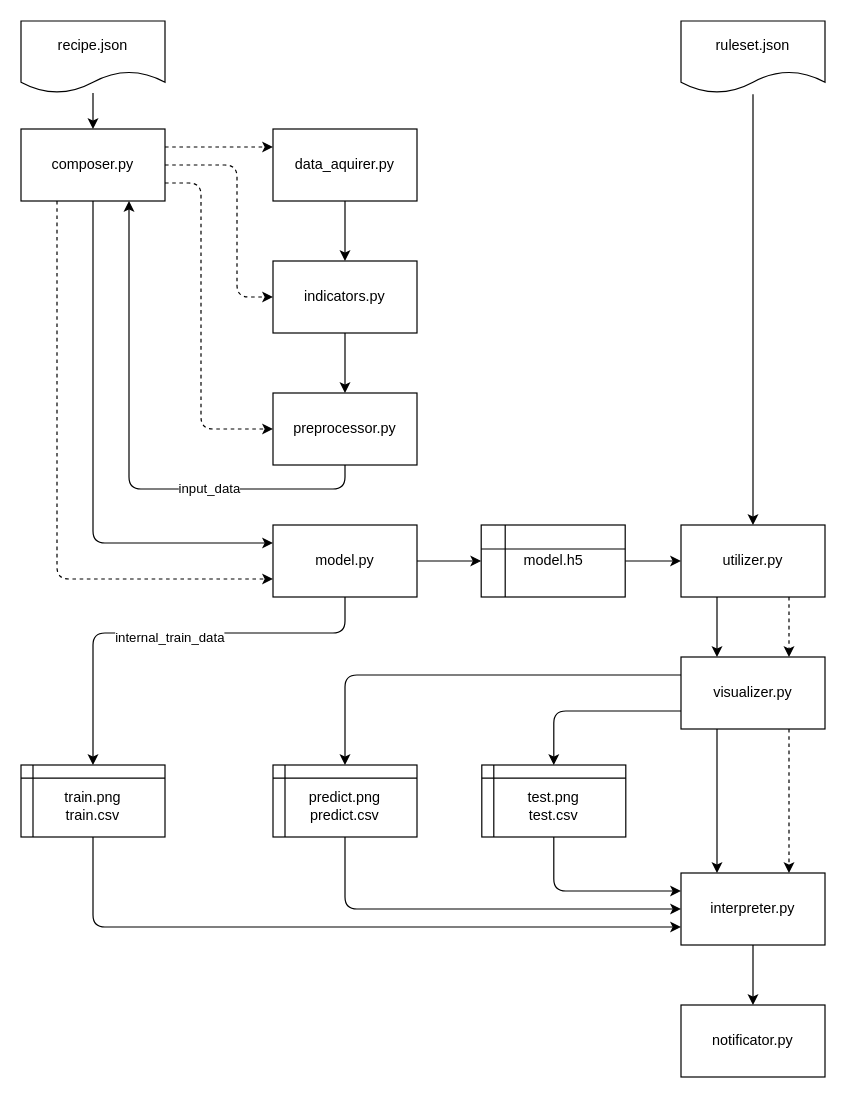
Earlier version of the draw.io diagram doc/model_overview.drawio (Franzelfx/forex-predicter). Source tidied: cells renumbered, new cells numbered last; positions are measured from the earlier drawing's top-left corner, leaving out a move shared by most shapes. Both pictures are drawn from the tidied source at 120%, with x=0, y=0 at pixel (20, 20).
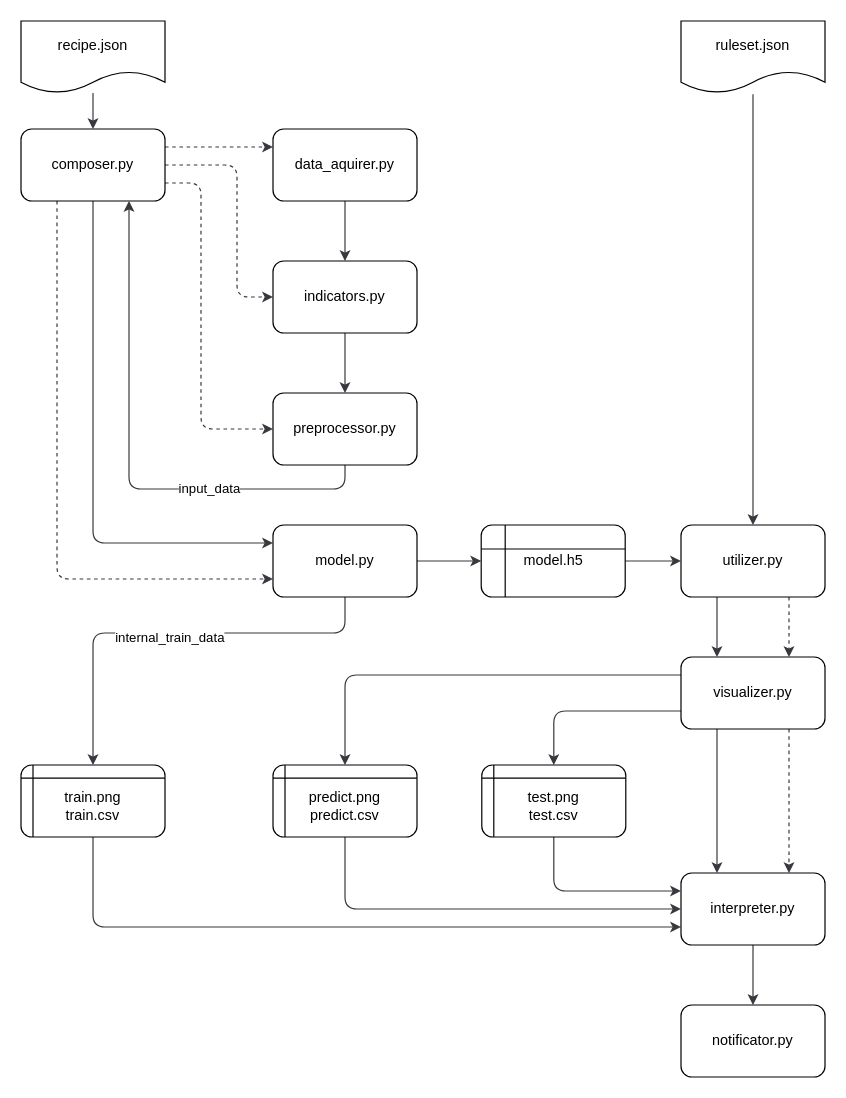
Above is the later version.

Commit message (it also covers changes not shown here):
EDIT model overview

Unchanged cells that the change refers to:
```xml
<mxCell id="28" value="recipe.json" style="shape=document;whiteSpace=wrap;html=1;boundedLbl=1;" parent="1" vertex="1">
  <mxGeometry width="120" height="60" as="geometry" />
</mxCell>
<mxCell id="32" value="ruleset.json" style="shape=document;whiteSpace=wrap;html=1;boundedLbl=1;points=[[0,0.25,0,0,0],[0,0.5,0,0,0],[0,0.75,0,0,0],[0.25,0,0,0,0],[0.25,1,0,0,1],[0.5,0,0,0,0],[0.5,1,0,0,1],[0.75,0,0,0,0],[0.75,1,0,0,1],[1,0.25,0,0,0],[1,0.5,0,0,0],[1,0.75,0,0,0]];" parent="1" vertex="1">
  <mxGeometry x="550" width="120" height="60" as="geometry" />
</mxCell>
```

Diff of the diagram source:
```diff
@@
-    <mxCell id="2" style="edgeStyle=orthogonalEdgeStyle;rounded=1;jettySize=auto;html=1;exitX=1;exitY=0.25;exitDx=0;exitDy=0;entryX=0;entryY=0.25;entryDx=0;entryDy=0;dashed=1;" parent="1" edge="1" source="7" target="9">
+    <mxCell id="2" style="edgeStyle=orthogonalEdgeStyle;rounded=1;jettySize=auto;html=1;exitX=1;exitY=0.25;exitDx=0;exitDy=0;entryX=0;entryY=0.25;entryDx=0;entryDy=0;dashed=1;fillColor=#f9f7ed;strokeColor=#36393d;" parent="1" edge="1" source="7" target="9">
       <mxGeometry relative="1" as="geometry" />
     </mxCell>
-    <mxCell id="3" style="edgeStyle=orthogonalEdgeStyle;rounded=1;jettySize=auto;html=1;exitX=1;exitY=0.5;exitDx=0;exitDy=0;entryX=0;entryY=0.5;entryDx=0;entryDy=0;dashed=1;" parent="1" edge="1" source="7" target="14">
+    <mxCell id="3" style="edgeStyle=orthogonalEdgeStyle;rounded=1;jettySize=auto;html=1;exitX=1;exitY=0.5;exitDx=0;exitDy=0;entryX=0;entryY=0.5;entryDx=0;entryDy=0;dashed=1;fillColor=#f9f7ed;strokeColor=#36393d;" parent="1" edge="1" source="7" target="14">
       <mxGeometry relative="1" as="geometry">
         <Array as="points">
           <mxPoint x="180" y="120" />
           <mxPoint x="180" y="230" />
         </Array>
       </mxGeometry>
     </mxCell>
-    <mxCell id="4" style="edgeStyle=orthogonalEdgeStyle;rounded=1;jettySize=auto;html=1;exitX=1;exitY=0.75;exitDx=0;exitDy=0;entryX=0;entryY=0.5;entryDx=0;entryDy=0;dashed=1;" parent="1" edge="1" source="7" target="12">
+    <mxCell id="4" style="edgeStyle=orthogonalEdgeStyle;rounded=1;jettySize=auto;html=1;exitX=1;exitY=0.75;exitDx=0;exitDy=0;entryX=0;entryY=0.5;entryDx=0;entryDy=0;dashed=1;fillColor=#f9f7ed;strokeColor=#36393d;" parent="1" edge="1" source="7" target="12">
       <mxGeometry relative="1" as="geometry">
         <Array as="points">
           <mxPoint x="150" y="135" />
           <mxPoint x="150" y="340" />
         </Array>
       </mxGeometry>
     </mxCell>
-    <mxCell id="5" style="edgeStyle=orthogonalEdgeStyle;html=1;exitX=0.5;exitY=1;exitDx=0;exitDy=0;entryX=0;entryY=0.25;entryDx=0;entryDy=0;startArrow=none;startFill=0;" parent="1" edge="1" source="7" target="23">
+    <mxCell id="5" style="edgeStyle=orthogonalEdgeStyle;html=1;exitX=0.5;exitY=1;exitDx=0;exitDy=0;entryX=0;entryY=0.25;entryDx=0;entryDy=0;startArrow=none;startFill=0;fillColor=#f9f7ed;strokeColor=#36393d;" parent="1" edge="1" source="7" target="23">
       <mxGeometry relative="1" as="geometry" />
     </mxCell>
-    <mxCell id="6" style="edgeStyle=orthogonalEdgeStyle;html=1;exitX=0.25;exitY=1;exitDx=0;exitDy=0;entryX=0;entryY=0.75;entryDx=0;entryDy=0;startArrow=none;startFill=0;dashed=1;" parent="1" edge="1" source="7" target="23">
+    <mxCell id="6" style="edgeStyle=orthogonalEdgeStyle;html=1;exitX=0.25;exitY=1;exitDx=0;exitDy=0;entryX=0;entryY=0.75;entryDx=0;entryDy=0;startArrow=none;startFill=0;dashed=1;fillColor=#f9f7ed;strokeColor=#36393d;" parent="1" edge="1" source="7" target="23">
       <mxGeometry relative="1" as="geometry" />
     </mxCell>
-    <mxCell id="7" value="composer.py" style="rounded=0;whiteSpace=wrap;html=1;verticalAlign=middle;align=center;" parent="1" vertex="1">
+    <mxCell id="7" value="composer.py" style="rounded=1;whiteSpace=wrap;html=1;verticalAlign=middle;align=center;" parent="1" vertex="1">
       <mxGeometry y="90" width="120" height="60" as="geometry" />
     </mxCell>
-    <mxCell id="8" style="edgeStyle=none;html=1;" parent="1" edge="1" source="9" target="14">
+    <mxCell id="8" style="edgeStyle=none;html=1;fillColor=#eeeeee;strokeColor=#36393d;" parent="1" edge="1" source="9" target="14">
       <mxGeometry relative="1" as="geometry" />
     </mxCell>
-    <mxCell id="9" value="data_aquirer.py" style="rounded=0;whiteSpace=wrap;html=1;" parent="1" vertex="1">
+    <mxCell id="9" value="data_aquirer.py" style="rounded=1;whiteSpace=wrap;html=1;" parent="1" vertex="1">
       <mxGeometry x="210" y="90" width="120" height="60" as="geometry" />
     </mxCell>
-    <mxCell id="10" style="edgeStyle=orthogonalEdgeStyle;rounded=1;jettySize=auto;html=1;exitX=0.5;exitY=1;exitDx=0;exitDy=0;entryX=0.75;entryY=1;entryDx=0;entryDy=0;" parent="1" edge="1" source="12" target="7">
+    <mxCell id="10" style="edgeStyle=orthogonalEdgeStyle;rounded=1;jettySize=auto;html=1;exitX=0.5;exitY=1;exitDx=0;exitDy=0;entryX=0.75;entryY=1;entryDx=0;entryDy=0;fillColor=#f9f7ed;strokeColor=#36393d;" parent="1" edge="1" source="12" target="7">
       <mxGeometry relative="1" as="geometry" />
     </mxCell>
@@
-    <mxCell id="12" value="preprocessor.py" style="rounded=0;whiteSpace=wrap;html=1;" parent="1" vertex="1">
+    <mxCell id="12" value="preprocessor.py" style="rounded=1;whiteSpace=wrap;html=1;" parent="1" vertex="1">
       <mxGeometry x="210" y="310" width="120" height="60" as="geometry" />
     </mxCell>
-    <mxCell id="13" style="edgeStyle=none;html=1;" parent="1" edge="1" source="14" target="12">
+    <mxCell id="13" style="edgeStyle=none;html=1;fillColor=#eeeeee;strokeColor=#36393d;" parent="1" edge="1" source="14" target="12">
       <mxGeometry relative="1" as="geometry" />
     </mxCell>
-    <mxCell id="14" value="indicators.py" style="rounded=0;whiteSpace=wrap;html=1;" parent="1" vertex="1">
+    <mxCell id="14" value="indicators.py" style="rounded=1;whiteSpace=wrap;html=1;" parent="1" vertex="1">
       <mxGeometry x="210" y="200" width="120" height="60" as="geometry" />
     </mxCell>
-    <mxCell id="15" style="edgeStyle=orthogonalEdgeStyle;html=1;exitX=0;exitY=0.75;exitDx=0;exitDy=0;entryX=0.5;entryY=0;entryDx=0;entryDy=0;startArrow=none;startFill=0;" parent="1" edge="1" source="19" target="38">
+    <mxCell id="15" style="edgeStyle=orthogonalEdgeStyle;html=1;exitX=0;exitY=0.75;exitDx=0;exitDy=0;entryX=0.5;entryY=0;entryDx=0;entryDy=0;startArrow=none;startFill=0;fillColor=#f9f7ed;strokeColor=#36393d;" parent="1" edge="1" source="19" target="38">
       <mxGeometry relative="1" as="geometry" />
     </mxCell>
-    <mxCell id="16" style="edgeStyle=orthogonalEdgeStyle;html=1;exitX=0;exitY=0.25;exitDx=0;exitDy=0;entryX=0.5;entryY=0;entryDx=0;entryDy=0;startArrow=none;startFill=0;" parent="1" edge="1" source="19" target="40">
+    <mxCell id="16" style="edgeStyle=orthogonalEdgeStyle;html=1;exitX=0;exitY=0.25;exitDx=0;exitDy=0;entryX=0.5;entryY=0;entryDx=0;entryDy=0;startArrow=none;startFill=0;fillColor=#f9f7ed;strokeColor=#36393d;" parent="1" edge="1" source="19" target="40">
       <mxGeometry relative="1" as="geometry" />
     </mxCell>
-    <mxCell id="17" style="edgeStyle=orthogonalEdgeStyle;html=1;exitX=0.75;exitY=1;exitDx=0;exitDy=0;entryX=0.75;entryY=0;entryDx=0;entryDy=0;dashed=1;startArrow=none;startFill=0;" parent="1" edge="1" source="19" target="36">
+    <mxCell id="17" style="edgeStyle=orthogonalEdgeStyle;html=1;exitX=0.75;exitY=1;exitDx=0;exitDy=0;entryX=0.75;entryY=0;entryDx=0;entryDy=0;dashed=1;startArrow=none;startFill=0;fillColor=#f9f7ed;strokeColor=#36393d;" parent="1" edge="1" source="19" target="36">
       <mxGeometry relative="1" as="geometry" />
     </mxCell>
-    <mxCell id="18" style="edgeStyle=orthogonalEdgeStyle;html=1;exitX=0.25;exitY=1;exitDx=0;exitDy=0;entryX=0.25;entryY=0;entryDx=0;entryDy=0;startArrow=none;startFill=0;" parent="1" edge="1" source="19" target="36">
+    <mxCell id="18" style="edgeStyle=orthogonalEdgeStyle;html=1;exitX=0.25;exitY=1;exitDx=0;exitDy=0;entryX=0.25;entryY=0;entryDx=0;entryDy=0;startArrow=none;startFill=0;fillColor=#f9f7ed;strokeColor=#36393d;" parent="1" edge="1" source="19" target="36">
       <mxGeometry relative="1" as="geometry" />
     </mxCell>
-    <mxCell id="19" value="visualizer.py" style="rounded=0;whiteSpace=wrap;html=1;verticalAlign=middle;align=center;" parent="1" vertex="1">
+    <mxCell id="19" value="visualizer.py" style="rounded=1;whiteSpace=wrap;html=1;verticalAlign=middle;align=center;" parent="1" vertex="1">
       <mxGeometry x="550" y="530" width="120" height="60" as="geometry" />
     </mxCell>
-    <mxCell id="20" style="edgeStyle=orthogonalEdgeStyle;html=1;exitX=1;exitY=0.5;exitDx=0;exitDy=0;entryX=0;entryY=0.5;entryDx=0;entryDy=0;" parent="1" edge="1" source="23" target="30">
+    <mxCell id="20" style="edgeStyle=orthogonalEdgeStyle;html=1;exitX=1;exitY=0.5;exitDx=0;exitDy=0;entryX=0;entryY=0.5;entryDx=0;entryDy=0;fillColor=#f9f7ed;strokeColor=#36393d;" parent="1" edge="1" source="23" target="30">
       <mxGeometry relative="1" as="geometry" />
     </mxCell>
-    <mxCell id="21" style="edgeStyle=orthogonalEdgeStyle;html=1;exitX=0.5;exitY=1;exitDx=0;exitDy=0;entryX=0.5;entryY=0;entryDx=0;entryDy=0;startArrow=none;startFill=0;" parent="1" edge="1" source="23" target="34">
+    <mxCell id="21" style="edgeStyle=orthogonalEdgeStyle;html=1;exitX=0.5;exitY=1;exitDx=0;exitDy=0;entryX=0.5;entryY=0;entryDx=0;entryDy=0;startArrow=none;startFill=0;fillColor=#f9f7ed;strokeColor=#36393d;" parent="1" edge="1" source="23" target="34">
       <mxGeometry relative="1" as="geometry">
         <Array as="points">
           <mxPoint x="270" y="510" />
           <mxPoint x="60" y="510" />
         </Array>
       </mxGeometry>
     </mxCell>
@@
-    <mxCell id="23" value="model.py" style="rounded=0;whiteSpace=wrap;html=1;verticalAlign=middle;align=center;" parent="1" vertex="1">
+    <mxCell id="23" value="model.py" style="rounded=1;whiteSpace=wrap;html=1;verticalAlign=middle;align=center;" parent="1" vertex="1">
       <mxGeometry x="210" y="420" width="120" height="60" as="geometry" />
     </mxCell>
-    <mxCell id="24" style="edgeStyle=orthogonalEdgeStyle;html=1;exitX=0.25;exitY=1;exitDx=0;exitDy=0;entryX=0.25;entryY=0;entryDx=0;entryDy=0;startArrow=none;startFill=0;" parent="1" edge="1" source="26" target="19">
+    <mxCell id="24" style="edgeStyle=orthogonalEdgeStyle;html=1;exitX=0.25;exitY=1;exitDx=0;exitDy=0;entryX=0.25;entryY=0;entryDx=0;entryDy=0;startArrow=none;startFill=0;fillColor=#f9f7ed;strokeColor=#36393d;" parent="1" edge="1" source="26" target="19">
       <mxGeometry relative="1" as="geometry" />
     </mxCell>
-    <mxCell id="25" style="edgeStyle=orthogonalEdgeStyle;html=1;exitX=0.75;exitY=1;exitDx=0;exitDy=0;entryX=0.75;entryY=0;entryDx=0;entryDy=0;startArrow=none;startFill=0;dashed=1;" parent="1" edge="1" source="26" target="19">
+    <mxCell id="25" style="edgeStyle=orthogonalEdgeStyle;html=1;exitX=0.75;exitY=1;exitDx=0;exitDy=0;entryX=0.75;entryY=0;entryDx=0;entryDy=0;startArrow=none;startFill=0;dashed=1;fillColor=#f9f7ed;strokeColor=#36393d;" parent="1" edge="1" source="26" target="19">
       <mxGeometry relative="1" as="geometry" />
     </mxCell>
-    <mxCell id="26" value="utilizer.py" style="rounded=0;whiteSpace=wrap;html=1;verticalAlign=middle;align=center;" parent="1" vertex="1">
+    <mxCell id="26" value="utilizer.py" style="rounded=1;whiteSpace=wrap;html=1;verticalAlign=middle;align=center;" parent="1" vertex="1">
       <mxGeometry x="550" y="420" width="120" height="60" as="geometry" />
     </mxCell>
-    <mxCell id="27" style="edgeStyle=none;html=1;" parent="1" edge="1" source="28" target="7">
+    <mxCell id="27" style="edgeStyle=none;html=1;fillColor=#f9f7ed;strokeColor=#36393d;" parent="1" edge="1" source="28" target="7">
       <mxGeometry relative="1" as="geometry" />
     </mxCell>
@@
-    <mxCell id="29" style="edgeStyle=orthogonalEdgeStyle;html=1;startArrow=none;startFill=0;" parent="1" edge="1" source="30" target="26">
+    <mxCell id="29" style="edgeStyle=orthogonalEdgeStyle;html=1;startArrow=none;startFill=0;fillColor=#f9f7ed;strokeColor=#36393d;" parent="1" edge="1" source="30" target="26">
       <mxGeometry relative="1" as="geometry" />
     </mxCell>
-    <mxCell id="30" value="model.h5" style="shape=internalStorage;whiteSpace=wrap;html=1;backgroundOutline=1;" parent="1" vertex="1">
+    <mxCell id="30" value="model.h5" style="shape=internalStorage;whiteSpace=wrap;html=1;backgroundOutline=1;rounded=1;" parent="1" vertex="1">
       <mxGeometry x="383.5" y="420" width="120" height="60" as="geometry" />
     </mxCell>
-    <mxCell id="31" style="edgeStyle=orthogonalEdgeStyle;html=1;exitX=0.5;exitY=1;exitDx=0;exitDy=1;exitPerimeter=0;entryX=0.5;entryY=0;entryDx=0;entryDy=0;startArrow=none;startFill=0;" parent="1" edge="1" source="32" target="26">
+    <mxCell id="31" style="edgeStyle=orthogonalEdgeStyle;html=1;exitX=0.5;exitY=1;exitDx=0;exitDy=1;exitPerimeter=0;entryX=0.5;entryY=0;entryDx=0;entryDy=0;startArrow=none;startFill=0;fillColor=#f9f7ed;strokeColor=#36393d;" parent="1" edge="1" source="32" target="26">
       <mxGeometry relative="1" as="geometry" />
     </mxCell>
@@
-    <mxCell id="33" style="edgeStyle=orthogonalEdgeStyle;html=1;exitX=0.5;exitY=1;exitDx=0;exitDy=0;entryX=0;entryY=0.75;entryDx=0;entryDy=0;startArrow=none;startFill=0;" parent="1" edge="1" source="34" target="36">
+    <mxCell id="33" style="edgeStyle=orthogonalEdgeStyle;html=1;exitX=0.5;exitY=1;exitDx=0;exitDy=0;entryX=0;entryY=0.75;entryDx=0;entryDy=0;startArrow=none;startFill=0;fillColor=#f9f7ed;strokeColor=#36393d;" parent="1" edge="1" source="34" target="36">
       <mxGeometry relative="1" as="geometry" />
     </mxCell>
-    <mxCell id="34" value="train.png&lt;br&gt;train.csv" style="shape=internalStorage;whiteSpace=wrap;html=1;backgroundOutline=1;dx=10;dy=11;spacingTop=8;" parent="1" vertex="1">
+    <mxCell id="34" value="train.png&lt;br&gt;train.csv" style="shape=internalStorage;whiteSpace=wrap;html=1;backgroundOutline=1;dx=10;dy=11;spacingTop=8;rounded=1;" parent="1" vertex="1">
       <mxGeometry y="620" width="120" height="60" as="geometry" />
     </mxCell>
-    <mxCell id="35" style="edgeStyle=orthogonalEdgeStyle;html=1;startArrow=none;startFill=0;" parent="1" edge="1" source="36" target="41">
+    <mxCell id="35" style="edgeStyle=orthogonalEdgeStyle;html=1;startArrow=none;startFill=0;fillColor=#f9f7ed;strokeColor=#36393d;" parent="1" edge="1" source="36" target="41">
       <mxGeometry relative="1" as="geometry" />
     </mxCell>
-    <mxCell id="36" value="interpreter.py" style="rounded=0;whiteSpace=wrap;html=1;verticalAlign=middle;align=center;" parent="1" vertex="1">
+    <mxCell id="36" value="interpreter.py" style="rounded=1;whiteSpace=wrap;html=1;verticalAlign=middle;align=center;" parent="1" vertex="1">
       <mxGeometry x="550" y="710" width="120" height="60" as="geometry" />
     </mxCell>
-    <mxCell id="37" style="edgeStyle=orthogonalEdgeStyle;html=1;exitX=0.5;exitY=1;exitDx=0;exitDy=0;entryX=0;entryY=0.25;entryDx=0;entryDy=0;startArrow=none;startFill=0;" parent="1" edge="1" source="38" target="36">
+    <mxCell id="37" style="edgeStyle=orthogonalEdgeStyle;html=1;exitX=0.5;exitY=1;exitDx=0;exitDy=0;entryX=0;entryY=0.25;entryDx=0;entryDy=0;startArrow=none;startFill=0;fillColor=#f9f7ed;strokeColor=#36393d;" parent="1" edge="1" source="38" target="36">
       <mxGeometry relative="1" as="geometry" />
     </mxCell>
-    <mxCell id="38" value="test.png&lt;br&gt;test.csv" style="shape=internalStorage;whiteSpace=wrap;html=1;backgroundOutline=1;dx=10;dy=11;spacingTop=8;" parent="1" vertex="1">
+    <mxCell id="38" value="test.png&lt;br&gt;test.csv" style="shape=internalStorage;whiteSpace=wrap;html=1;backgroundOutline=1;dx=10;dy=11;spacingTop=8;rounded=1;" parent="1" vertex="1">
       <mxGeometry x="384" y="620" width="120" height="60" as="geometry" />
     </mxCell>
-    <mxCell id="39" style="edgeStyle=orthogonalEdgeStyle;html=1;exitX=0.5;exitY=1;exitDx=0;exitDy=0;entryX=0;entryY=0.5;entryDx=0;entryDy=0;startArrow=none;startFill=0;" parent="1" edge="1" source="40" target="36">
+    <mxCell id="39" style="edgeStyle=orthogonalEdgeStyle;html=1;exitX=0.5;exitY=1;exitDx=0;exitDy=0;entryX=0;entryY=0.5;entryDx=0;entryDy=0;startArrow=none;startFill=0;fillColor=#f9f7ed;strokeColor=#36393d;" parent="1" edge="1" source="40" target="36">
       <mxGeometry relative="1" as="geometry" />
     </mxCell>
-    <mxCell id="40" value="predict.png&lt;br&gt;predict.csv" style="shape=internalStorage;whiteSpace=wrap;html=1;backgroundOutline=1;dx=10;dy=11;spacingTop=8;" parent="1" vertex="1">
+    <mxCell id="40" value="predict.png&lt;br&gt;predict.csv" style="shape=internalStorage;whiteSpace=wrap;html=1;backgroundOutline=1;dx=10;dy=11;spacingTop=8;rounded=1;" parent="1" vertex="1">
       <mxGeometry x="210" y="620" width="120" height="60" as="geometry" />
     </mxCell>
-    <mxCell id="41" value="notificator.py" style="rounded=0;whiteSpace=wrap;html=1;verticalAlign=middle;align=center;" parent="1" vertex="1">
+    <mxCell id="41" value="notificator.py" style="rounded=1;whiteSpace=wrap;html=1;verticalAlign=middle;align=center;" parent="1" vertex="1">
       <mxGeometry x="550" y="820" width="120" height="60" as="geometry" />
     </mxCell>
```
